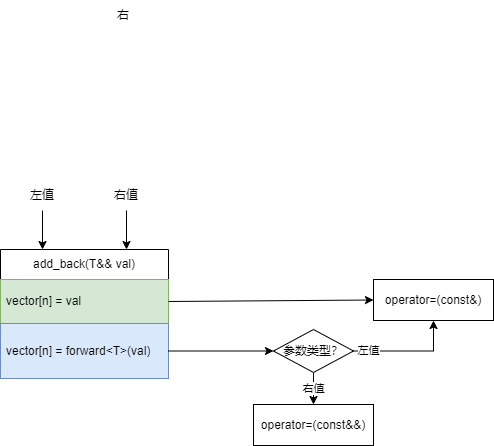
This is CS/语言/C(++)/转发.drawio.png from sirius-zyj/Images, a draw.io export, as it was before one commit. Source tidied: cells renumbered, new cells last; positions are measured from the earlier drawing's top-left corner, leaving out a move shared by most shapes.
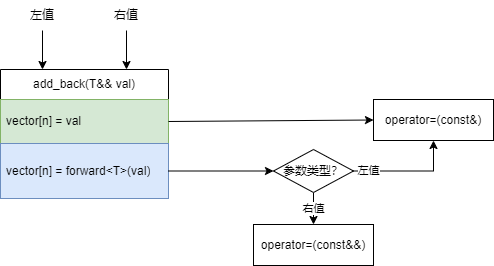
The same diagram one commit later.

The edit, as a diff of the source:
```diff
@@ -2,9 +2,6 @@
   <root>
     <mxCell id="0" />
     <mxCell id="1" parent="0" />
-    <mxCell id="2" value="右" style="text;html=1;align=center;verticalAlign=middle;whiteSpace=wrap;rounded=0;" parent="1" vertex="1">
-      <mxGeometry x="93" width="60" height="30" as="geometry" />
-    </mxCell>
     <mxCell id="3" value="add_back(T&amp;amp;&amp;amp; val)" style="swimlane;fontStyle=0;horizontal=1;startSize=30;whiteSpace=wrap;html=1;" parent="1" vertex="1">
       <mxGeometry y="249" width="168" height="129" as="geometry" />
     </mxCell>
```
